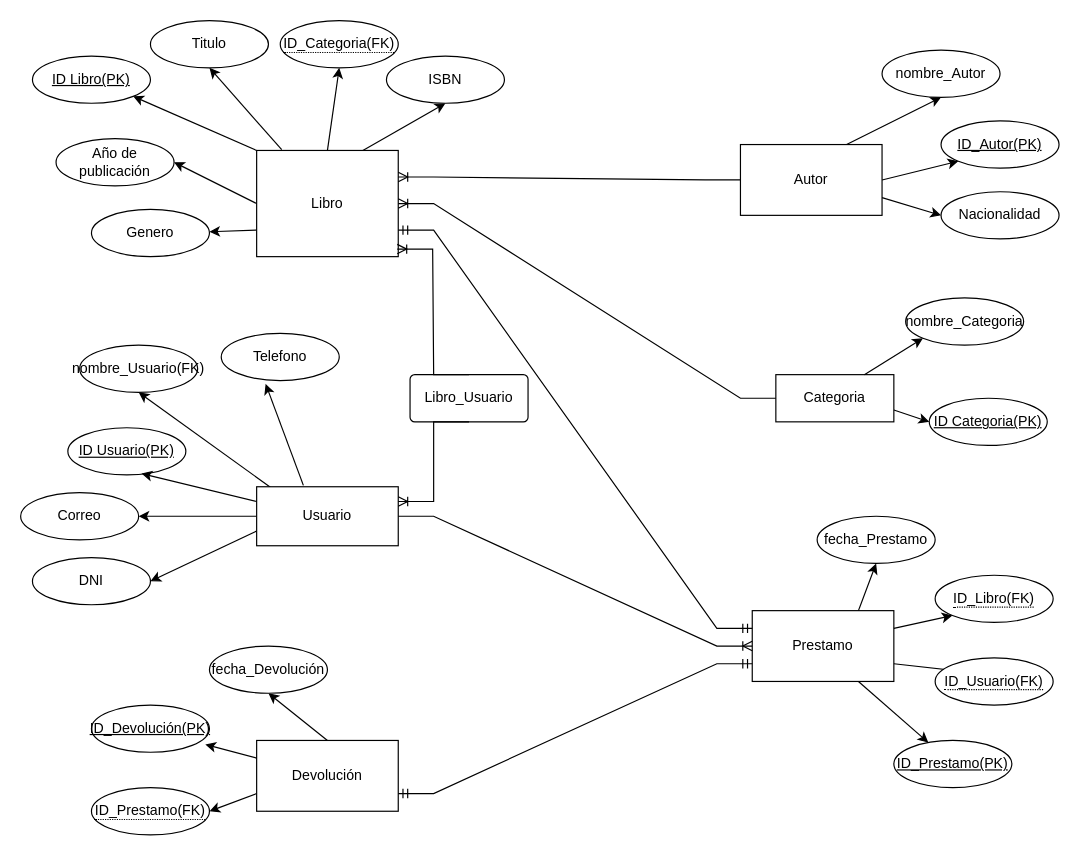
Before: biblioteca.drawio in FrancoVillani/mindhub, a draw.io diagram. Source tidied: cells renumbered, new cells numbered last; positions are measured from the earlier drawing's top-left corner, leaving out a move shared by most shapes. Both pictures are drawn from the tidied source at 118%, with x=0, y=0 at pixel (20, 20).
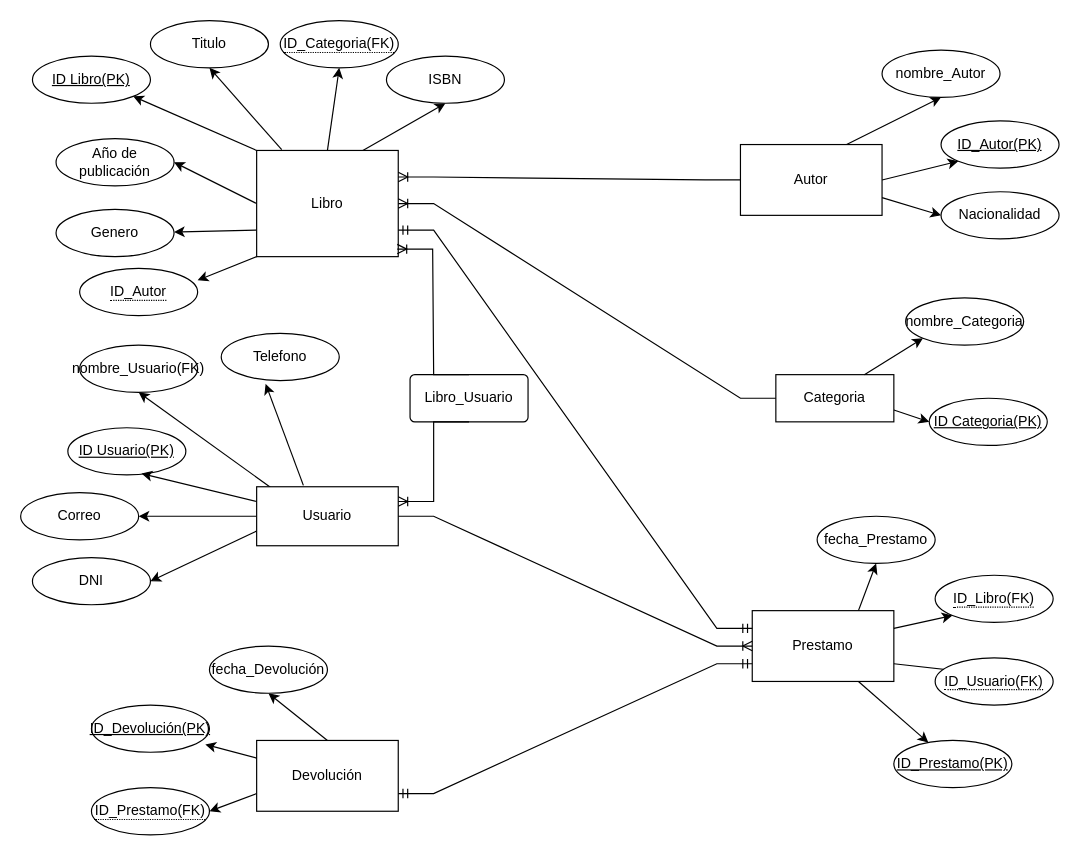
After the change.

Unchanged cells that the change refers to:
```xml
<mxCell id="8" value="Libro" style="rounded=0;whiteSpace=wrap;html=1;" parent="1" vertex="1">
  <mxGeometry x="200" y="110" width="120" height="90" as="geometry" />
</mxCell>
```

The edit, as a diff of the source:
```diff
@@
     <mxCell id="27" value="Genero" style="ellipse;whiteSpace=wrap;html=1;align=center;" parent="1" vertex="1">
-      <mxGeometry x="60" y="160" width="100" height="40" as="geometry" />
+      <mxGeometry x="30" y="160" width="100" height="40" as="geometry" />
     </mxCell>
@@
+    <mxCell id="62" value="&lt;span style=&quot;border-bottom: 1px dotted&quot;&gt;ID_Autor&lt;/span&gt;" style="ellipse;whiteSpace=wrap;html=1;align=center;" parent="1" vertex="1">
+      <mxGeometry x="50" y="210" width="100" height="40" as="geometry" />
+    </mxCell>
+    <mxCell id="63" style="edgeStyle=none;rounded=0;jettySize=auto;html=1;exitX=0;exitY=1;exitDx=0;exitDy=0;entryX=1;entryY=0.25;entryDx=0;entryDy=0;entryPerimeter=0;" parent="1" edge="1" source="8" target="62">
+      <mxGeometry relative="1" as="geometry" />
+    </mxCell>
```
